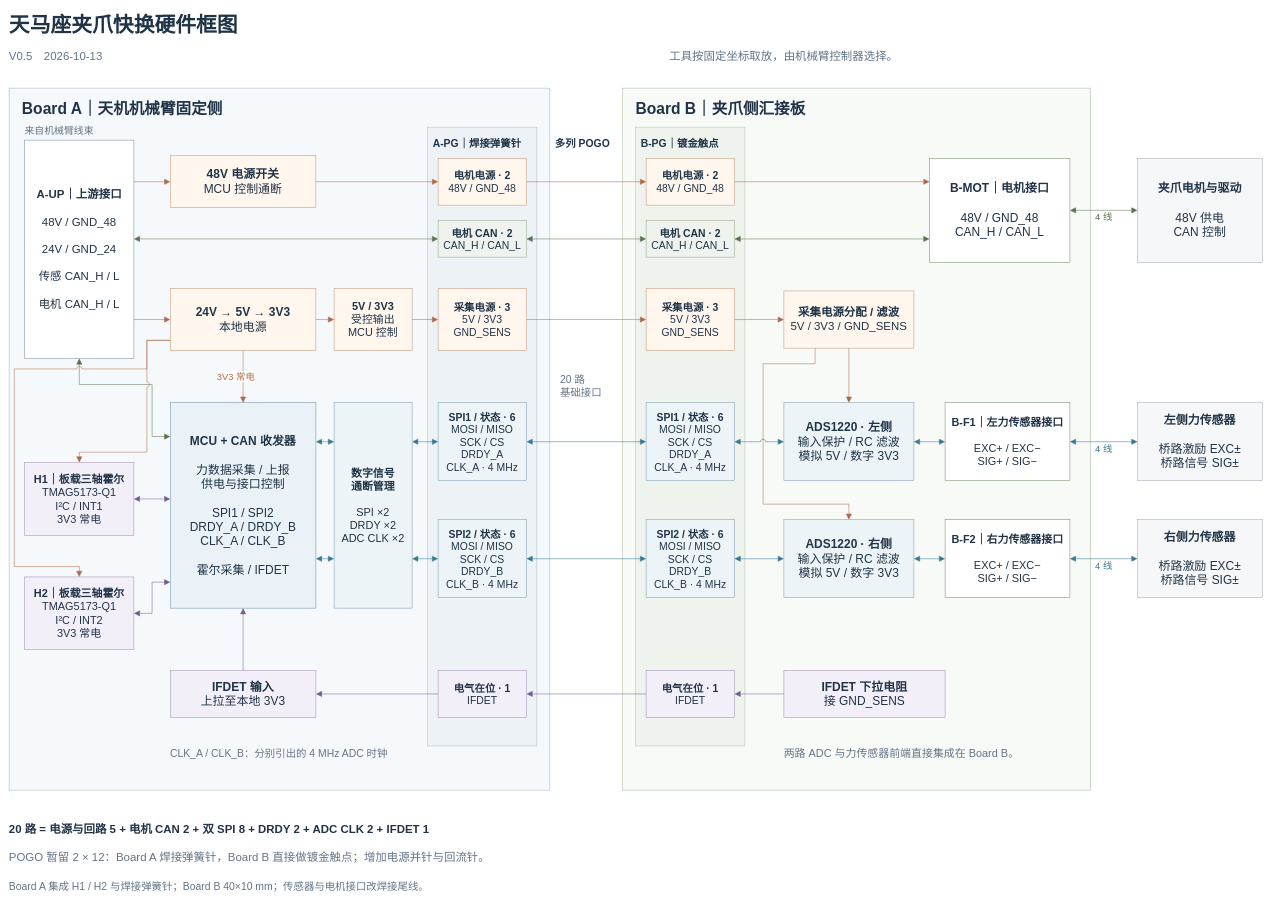
Earlier version of the draw.io diagram hardware.drawio (EverVance/tianma-quickchange-review). Source tidied: cells renumbered, new cells numbered last; positions are measured from the earlier drawing's top-left corner, leaving out a move shared by most shapes. Both pictures are drawn from the tidied source at 52%, with x=0, y=0 at pixel (9, 9).
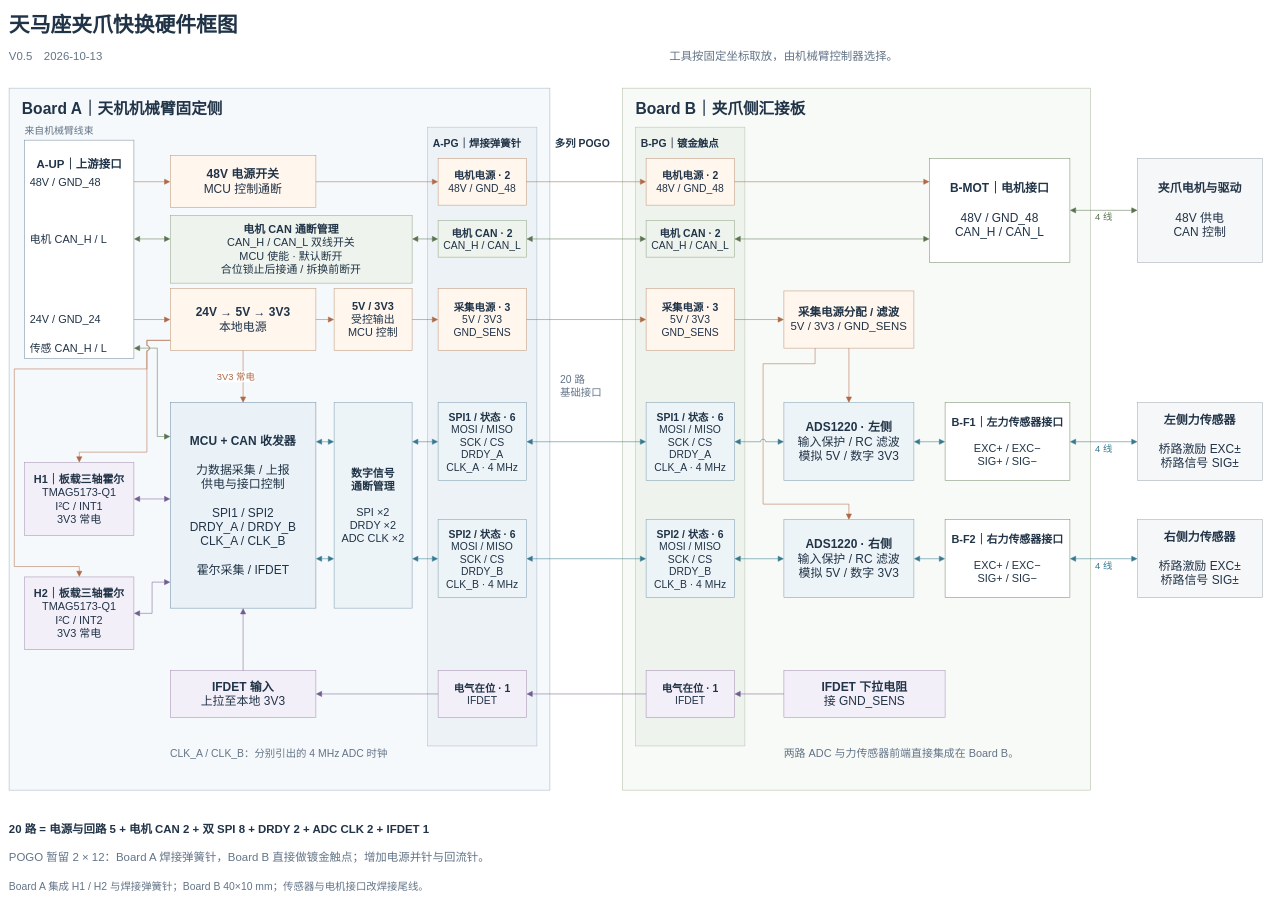
The same page after the edit.

The change refers to these unchanged cells:
```xml
<mxCell id="20" value="&lt;b&gt;MCU + CAN 收发器&lt;/b&gt;&lt;br&gt;&lt;br&gt;力数据采集 / 上报&lt;br&gt;供电与接口控制&lt;br&gt;&lt;br&gt;SPI1 / SPI2&lt;br&gt;DRDY_A / DRDY_B&lt;br&gt;CLK_A / CLK_B&lt;br&gt;&lt;br&gt;霍尔采集 / IFDET" style="rounded=0;whiteSpace=wrap;html=1;align=center;verticalAlign=middle;spacing=10;fontFamily=Microsoft YaHei;fontSize=23;fontColor=#203347;strokeWidth=1;fillColor=#eaf2f8;strokeColor=#6d8da6;" parent="1" vertex="1">
  <mxGeometry x="310" y="757" width="280" height="395" as="geometry" />
</mxCell>
<mxCell id="28" value="&lt;b&gt;电机 CAN · 2&lt;/b&gt;&lt;br&gt;CAN_H / CAN_L" style="rounded=0;whiteSpace=wrap;html=1;align=center;verticalAlign=middle;spacing=10;fontFamily=Microsoft YaHei;fontSize=20;fontColor=#203347;strokeWidth=1;fillColor=#eef4ed;strokeColor=#8fa584;" parent="1" vertex="1">
  <mxGeometry x="825" y="407" width="170" height="70" as="geometry" />
</mxCell>
```

Diff of the diagram source:
```diff
@@
-    <mxCell id="15" value="&lt;b&gt;A-UP｜上游接口&lt;/b&gt;&lt;br&gt;&lt;br&gt;48V / GND_48&lt;br&gt;&lt;br&gt;24V / GND_24&lt;br&gt;&lt;br&gt;传感 CAN_H / L&lt;br&gt;&lt;br&gt;电机 CAN_H / L" style="rounded=0;whiteSpace=wrap;html=1;align=center;verticalAlign=middle;spacing=10;fontFamily=Microsoft YaHei;fontSize=22;fontColor=#203347;strokeWidth=1;fillColor=#ffffff;strokeColor=#718ba2;" parent="1" vertex="1">
+    <mxCell id="15" value="&lt;b&gt;A-UP｜上游接口&lt;/b&gt;" style="rounded=0;whiteSpace=wrap;html=1;align=center;verticalAlign=middle;spacing=10;fontFamily=Microsoft YaHei;fontSize=22;fontColor=#203347;strokeWidth=1;fillColor=#ffffff;strokeColor=#718ba2;verticalAlign=top;spacingTop=20;" parent="1" vertex="1">
       <mxGeometry x="30" y="252" width="210" height="420" as="geometry" />
     </mxCell>
+    <mxCell id="89" value="48V / GND_48" style="rounded=0;whiteSpace=wrap;html=1;align=center;verticalAlign=middle;spacing=10;fontFamily=Microsoft YaHei;fontSize=21;fontColor=#203347;strokeWidth=1;fillColor=none;strokeColor=none;align=left;spacing=0;fontColor=#203347;fontStyle=0;" parent="1" vertex="1">
+      <mxGeometry x="40" y="312" width="190" height="40" as="geometry" />
+    </mxCell>
+    <mxCell id="90" value="电机 CAN_H / L" style="rounded=0;whiteSpace=wrap;html=1;align=center;verticalAlign=middle;spacing=10;fontFamily=Microsoft YaHei;fontSize=21;fontColor=#203347;strokeWidth=1;fillColor=none;strokeColor=none;align=left;spacing=0;fontColor=#203347;fontStyle=0;" parent="1" vertex="1">
+      <mxGeometry x="40" y="422" width="190" height="40" as="geometry" />
+    </mxCell>
+    <mxCell id="91" value="24V / GND_24" style="rounded=0;whiteSpace=wrap;html=1;align=center;verticalAlign=middle;spacing=10;fontFamily=Microsoft YaHei;fontSize=21;fontColor=#203347;strokeWidth=1;fillColor=none;strokeColor=none;align=left;spacing=0;fontColor=#203347;fontStyle=0;" parent="1" vertex="1">
+      <mxGeometry x="40" y="577" width="190" height="40" as="geometry" />
+    </mxCell>
+    <mxCell id="92" value="传感 CAN_H / L" style="rounded=0;whiteSpace=wrap;html=1;align=center;verticalAlign=middle;spacing=10;fontFamily=Microsoft YaHei;fontSize=21;fontColor=#203347;strokeWidth=1;fillColor=none;strokeColor=none;align=left;spacing=0;fontColor=#203347;fontStyle=0;" parent="1" vertex="1">
+      <mxGeometry x="40" y="632" width="190" height="40" as="geometry" />
+    </mxCell>
@@
+    <mxCell id="93" value="&lt;b&gt;电机 CAN 通断管理&lt;/b&gt;&lt;br&gt;CAN_H / CAN_L 双线开关&lt;br&gt;MCU 使能 · 默认断开&lt;br&gt;合位锁止后接通 / 拆换前断开" style="rounded=0;whiteSpace=wrap;html=1;align=center;verticalAlign=middle;spacing=10;fontFamily=Microsoft YaHei;fontSize=21;fontColor=#203347;strokeWidth=1;fillColor=#eef4ed;strokeColor=#8fa584;" parent="1" vertex="1">
+      <mxGeometry x="310" y="397" width="465" height="130" as="geometry" />
+    </mxCell>
@@
-    <mxCell id="45" style="edgeStyle=none;rounded=0;html=1;strokeColor=#59734e;strokeWidth=1;endArrow=block;endFill=1;endSize=9;startArrow=block;startFill=1;startSize=9;exitX=1;exitY=0.4523809523809524;entryX=0;entryY=0.5;exitDx=0;exitDy=0;entryDx=0;entryDy=0;jumpStyle=arc;jumpSize=10;fontFamily=Microsoft YaHei;fontSize=18;fontColor=#59734e;labelBackgroundColor=#ffffff;dashed=0;" parent="1" edge="1" source="15" target="28">
+    <mxCell id="45" style="edgeStyle=none;rounded=0;html=1;strokeColor=#59734e;strokeWidth=1;endArrow=block;endFill=1;endSize=9;startArrow=block;startFill=1;startSize=9;exitX=1;exitY=0.4523809523809524;entryX=0;entryY=0.34615384615384615;exitDx=0;exitDy=0;entryDx=0;entryDy=0;jumpStyle=arc;jumpSize=10;fontFamily=Microsoft YaHei;fontSize=18;fontColor=#59734e;labelBackgroundColor=#ffffff;dashed=0;" parent="1" edge="1" source="15" target="93">
       <mxGeometry y="-14" relative="1" as="geometry">
         <Array as="points">
           <mxPoint x="275" y="442" />
-          <mxPoint x="790" y="442" />
         </Array>
       </mxGeometry>
     </mxCell>
+    <mxCell id="94" style="edgeStyle=none;rounded=0;html=1;strokeColor=#59734e;strokeWidth=1;endArrow=block;endFill=1;endSize=9;startArrow=block;startFill=1;startSize=9;exitX=1;exitY=0.34615384615384615;entryX=0;entryY=0.5;exitDx=0;exitDy=0;entryDx=0;entryDy=0;jumpStyle=arc;jumpSize=10;fontFamily=Microsoft YaHei;fontSize=18;fontColor=#59734e;labelBackgroundColor=#ffffff;dashed=0;" parent="1" edge="1" source="93" target="28">
+      <mxGeometry y="-14" relative="1" as="geometry">
+        <Array as="points">
+          <mxPoint x="790" y="442" />
+        </Array>
+      </mxGeometry>
+    </mxCell>
@@
-    <mxCell id="49" style="edgeStyle=none;rounded=0;html=1;strokeColor=#59734e;strokeWidth=1;endArrow=block;endFill=1;endSize=9;startArrow=block;startFill=1;startSize=9;exitX=0.5;exitY=1;entryX=0;entryY=0.16455696202531644;exitDx=0;exitDy=0;entryDx=0;entryDy=0;jumpStyle=arc;jumpSize=10;fontFamily=Microsoft YaHei;fontSize=18;fontColor=#59734e;labelBackgroundColor=#ffffff;dashed=0;" parent="1" edge="1" source="15" target="20">
+    <mxCell id="49" style="edgeStyle=none;rounded=0;html=1;strokeColor=#59734e;strokeWidth=1;endArrow=block;endFill=1;endSize=9;startArrow=block;startFill=1;startSize=9;exitX=1;exitY=0.9523809523809523;entryX=0;entryY=0.16455696202531644;exitDx=0;exitDy=0;entryDx=0;entryDy=0;jumpStyle=arc;jumpSize=10;fontFamily=Microsoft YaHei;fontSize=18;fontColor=#59734e;labelBackgroundColor=#ffffff;dashed=0;" parent="1" edge="1" source="15" target="20">
       <mxGeometry y="-14" relative="1" as="geometry">
         <Array as="points">
-          <mxPoint x="135" y="722" />
-          <mxPoint x="275" y="722" />
-          <mxPoint x="275" y="822" />
+          <mxPoint x="285" y="652" />
+          <mxPoint x="285" y="822" />
         </Array>
       </mxGeometry>
     </mxCell>
```
